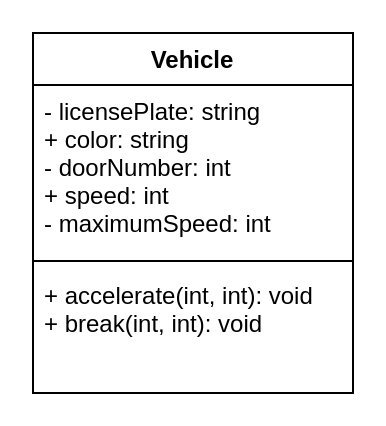
Above: design.vehicle.classDiagram.drawio in Yiyun-Qin/ics4u-unit2-05-typescript (draw.io), before the change. Source tidied: cells renumbered, new cells numbered last; positions are measured from the earlier drawing's top-left corner, leaving out a move shared by most shapes. Both pictures are drawn from the tidied source at 200%, with x=0, y=0 at pixel (32, 32).
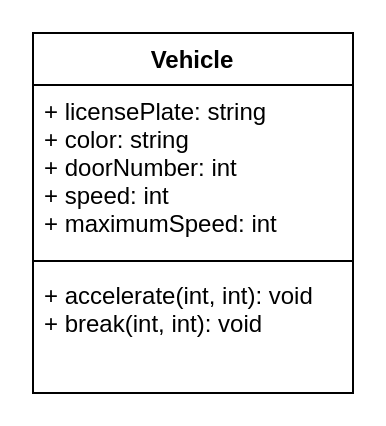
The same diagram, later.

Commit message:
class diagram

The edit, as a diff of the source:
```diff
@@
 <mxGraphModel>
   <root>
     <mxCell id="0" />
     <mxCell id="1" parent="0" />
     <mxCell id="2" value="Vehicle" style="swimlane;fontStyle=1;align=center;verticalAlign=top;horizontal=1;startSize=26;" parent="1" vertex="1">
       <mxGeometry width="160" height="180" as="geometry" />
     </mxCell>
-    <mxCell id="3" value="- licensePlate: string&#10;+ color: string&#10;- doorNumber: int&#10;+ speed: int&#10;- maximumSpeed: int" style="text;strokeColor=none;fillColor=none;align=left;verticalAlign=top;spacingLeft=4;spacingRight=4;overflow=hidden;" parent="2" vertex="1">
+    <mxCell id="3" value="+ licensePlate: string&#10;+ color: string&#10;+ doorNumber: int&#10;+ speed: int&#10;+ maximumSpeed: int" style="text;strokeColor=none;fillColor=none;align=left;verticalAlign=top;spacingLeft=4;spacingRight=4;overflow=hidden;" parent="2" vertex="1">
       <mxGeometry y="26" width="160" height="84" as="geometry" />
     </mxCell>
     <mxCell id="4" style="line;strokeWidth=1;fillColor=none;align=left;verticalAlign=middle;spacingTop=-1;spacingLeft=3;spacingRight=3;labelPosition=right;" parent="2" vertex="1">
       <mxGeometry y="110" width="160" height="8" as="geometry" />
     </mxCell>
     <mxCell id="5" value="+ accelerate(int, int): void&#10;+ break(int, int): void" style="text;strokeColor=none;fillColor=none;align=left;verticalAlign=top;spacingLeft=4;spacingRight=4;overflow=hidden;" parent="2" vertex="1">
       <mxGeometry y="118" width="160" height="62" as="geometry" />
     </mxCell>
   </root>
 </mxGraphModel>
```
